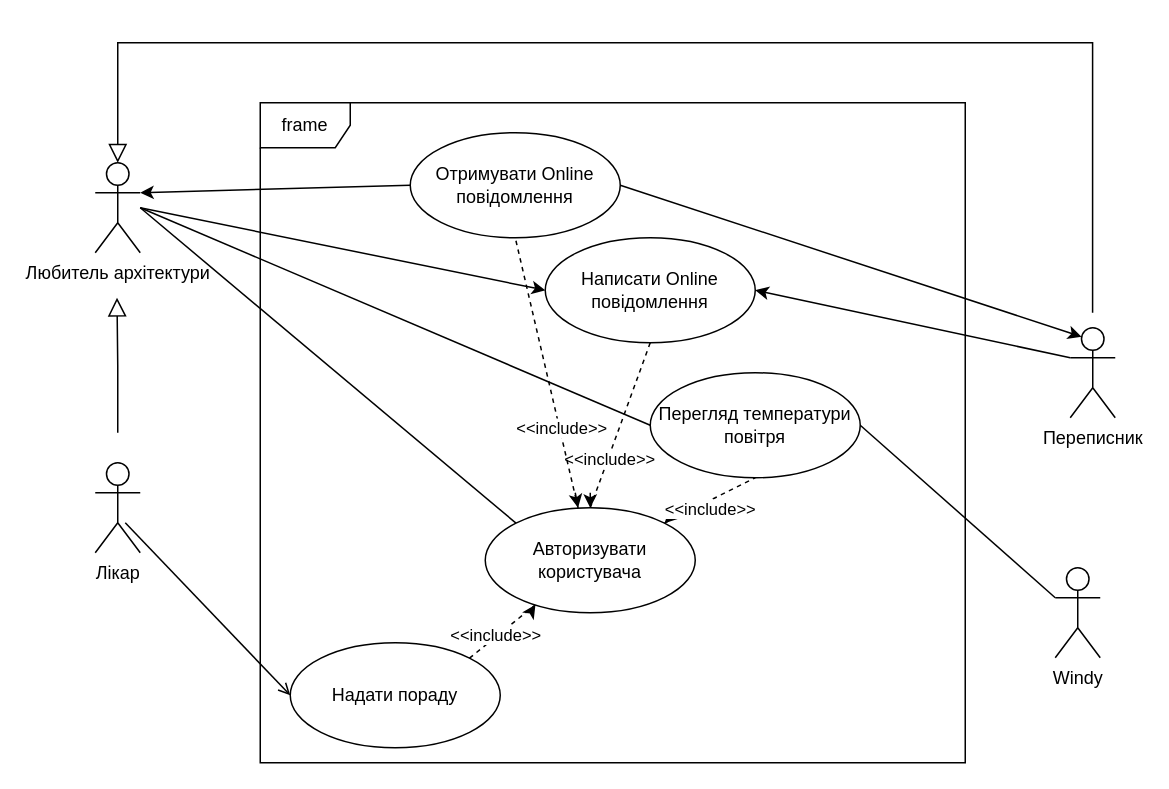
Before: 1-SoftwareRequirements/1.3-SoftwareUserRequirements/1.3.3-UseCaseDiagram/UseCaseDiagram.drawio in oleksandrblazhko/ai-211-kanarskij, a draw.io diagram. Source tidied: cells renumbered, new cells numbered last; positions are measured from the earlier drawing's top-left corner, leaving out a move shared by most shapes. Both pictures are drawn from the tidied source at 150%, with x=0, y=0 at pixel (94, 42).
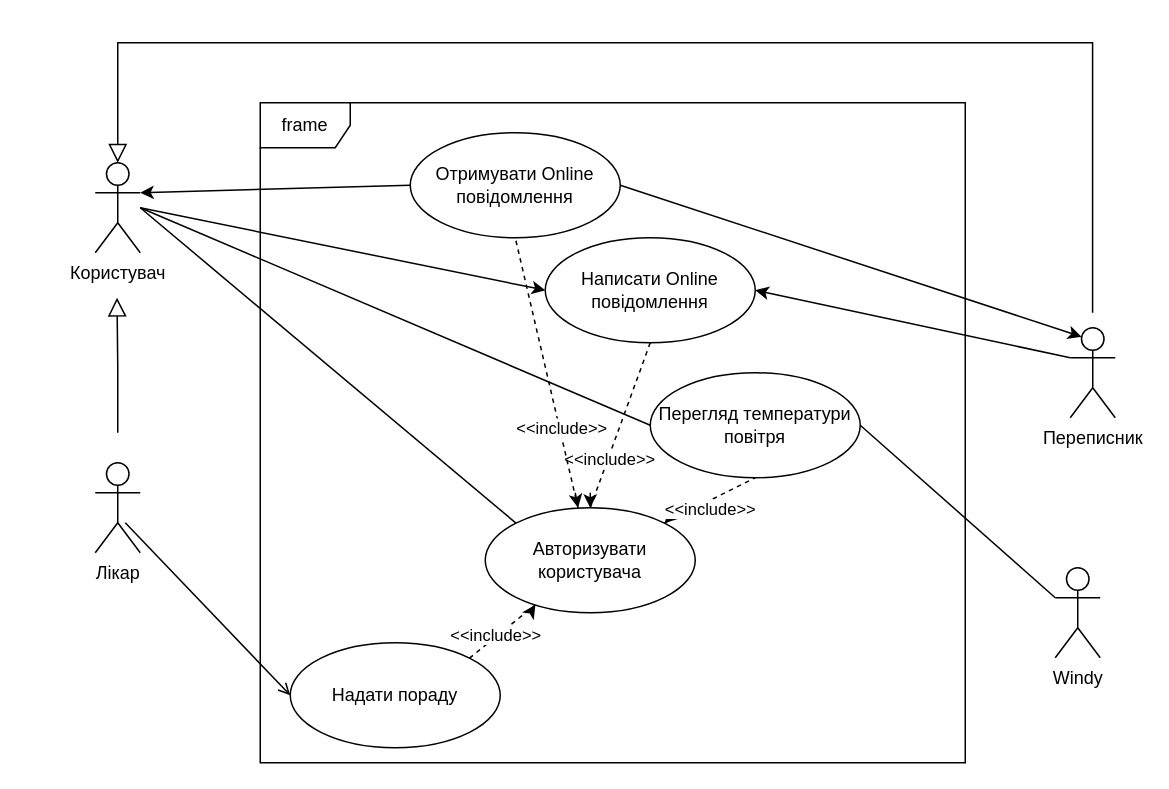
After the change.

Commit message (it also covers changes not shown here):
Changes to use case diagram

Diff of the diagram source:
```diff
@@
-    <mxCell id="8" value="Любитель архітектури" style="shape=umlActor;verticalLabelPosition=bottom;verticalAlign=top;html=1;" parent="1" vertex="1">
+    <mxCell id="8" value="Користувач" style="shape=umlActor;verticalLabelPosition=bottom;verticalAlign=top;html=1;" parent="1" vertex="1">
       <mxGeometry y="80" width="30" height="60" as="geometry" />
     </mxCell>
```
